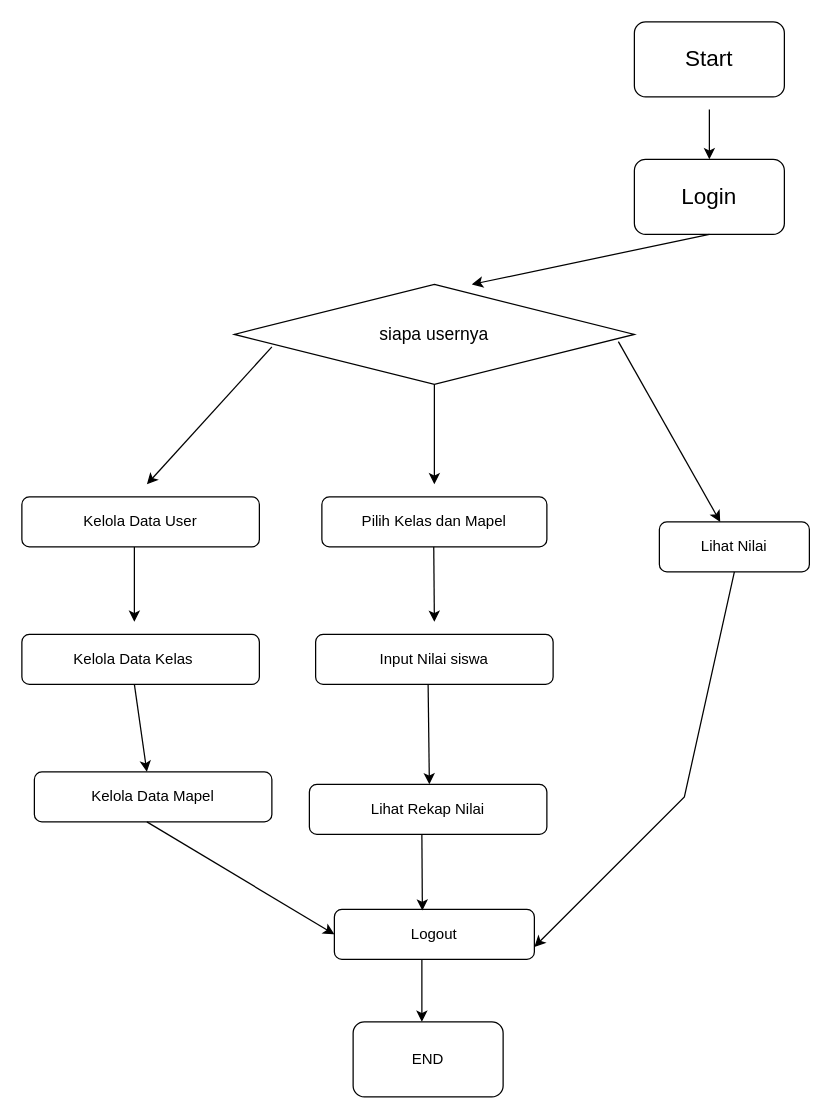
The draw.io diagram Nilai siswa.drawio in arvinrahman/nilai-siswa, before the edit. Source tidied: cells renumbered, new cells numbered last; positions are measured from the earlier drawing's top-left corner, leaving out a move shared by most shapes. Both pictures are drawn from the tidied source at 125%, with x=0, y=0 at pixel (21, 21).
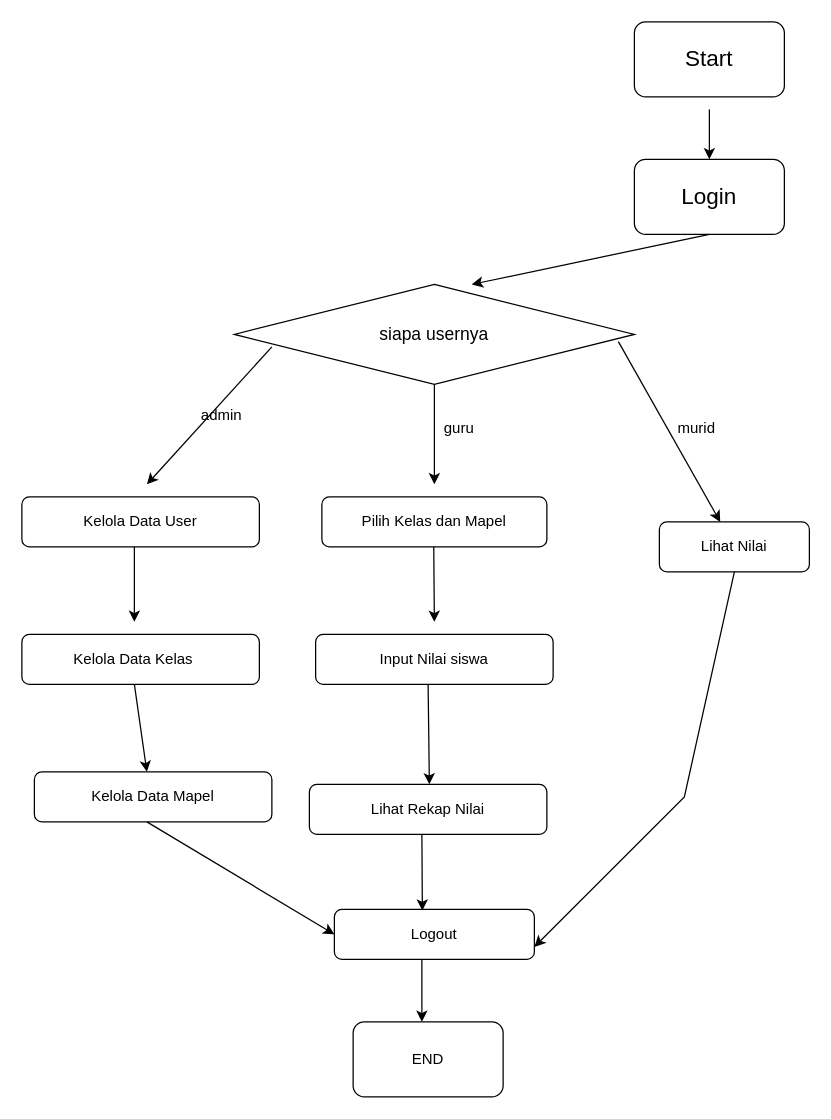
The same page after the edit.

Diff of the diagram source:
```diff
@@
+    <mxCell id="30" value="admin" style="text;html=1;align=center;verticalAlign=middle;whiteSpace=wrap;rounded=0;" parent="1" vertex="1">
+      <mxGeometry x="130" y="300" width="60" height="30" as="geometry" />
+    </mxCell>
+    <mxCell id="31" value="guru" style="text;html=1;align=center;verticalAlign=middle;whiteSpace=wrap;rounded=0;" parent="1" vertex="1">
+      <mxGeometry x="320" y="310" width="60" height="30" as="geometry" />
+    </mxCell>
+    <mxCell id="32" value="murid" style="text;html=1;align=center;verticalAlign=middle;whiteSpace=wrap;rounded=0;" parent="1" vertex="1">
+      <mxGeometry x="510" y="310" width="60" height="30" as="geometry" />
+    </mxCell>
```
